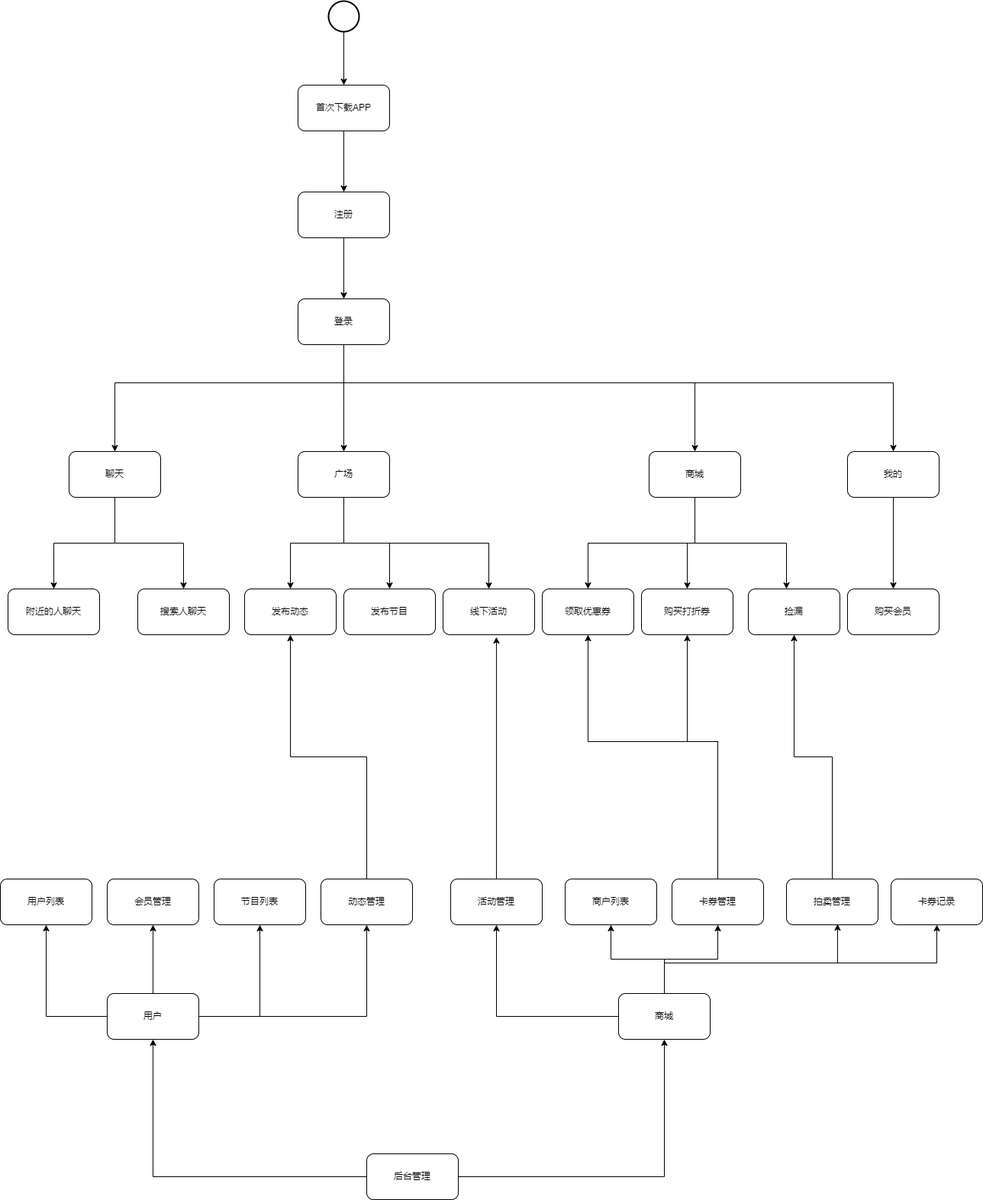
Before: Untitled Diagram.drawio.png, a diagram exported from draw.io (suibianlx/business_architect). Source tidied: cells renumbered, new cells last; positions are measured from the earlier drawing's top-left corner, leaving out a move shared by most shapes.
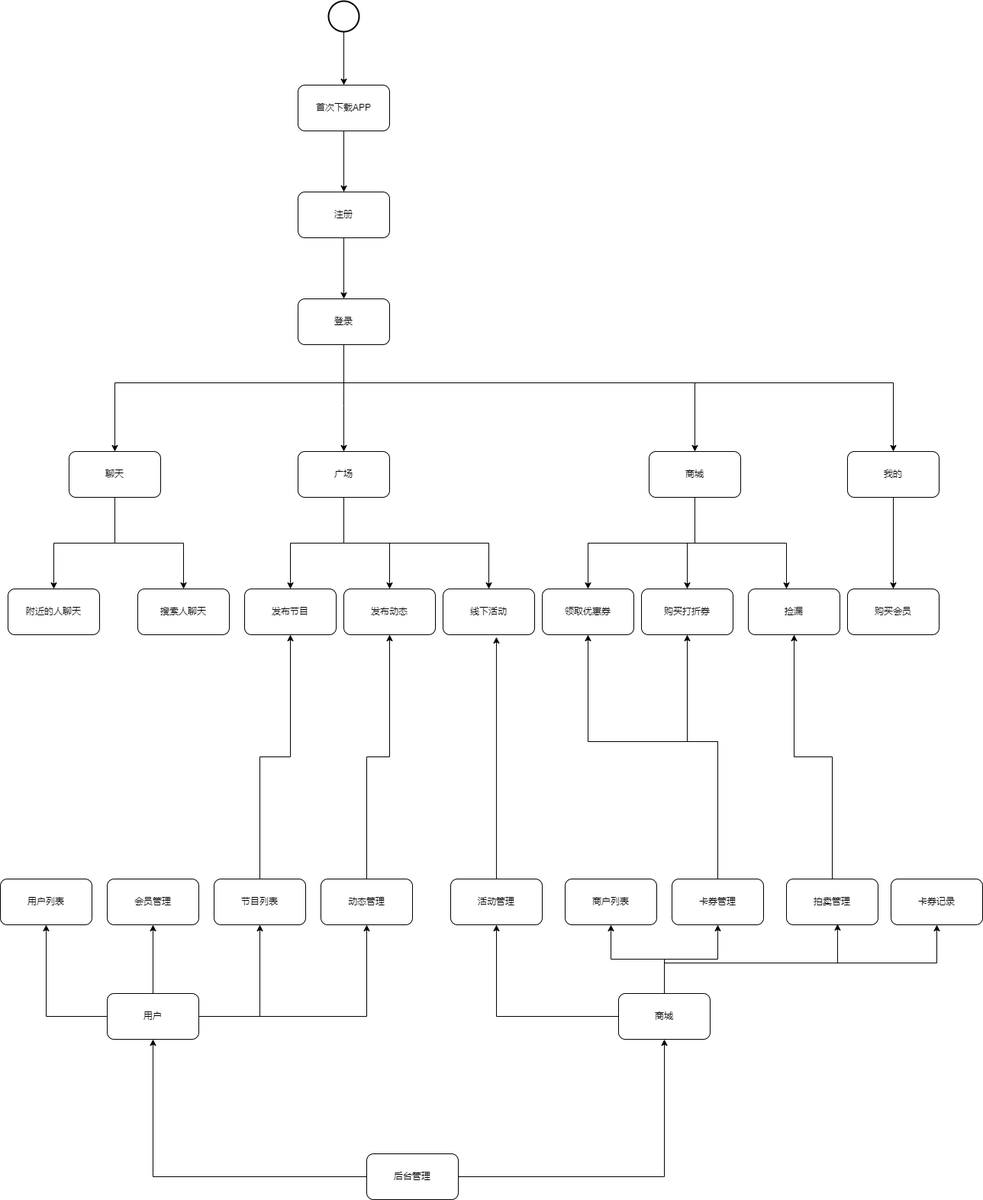
After the change.

Change to the diagram source:
```diff
@@ -115,10 +115,10 @@
     <mxCell id="27" value="聊天" style="rounded=1;whiteSpace=wrap;html=1;" parent="1" vertex="1">
       <mxGeometry x="90" y="590" width="120" height="60" as="geometry" />
     </mxCell>
-    <mxCell id="28" value="发布动态" style="rounded=1;whiteSpace=wrap;html=1;" parent="1" vertex="1">
+    <mxCell id="28" value="发布节目" style="rounded=1;whiteSpace=wrap;html=1;" parent="1" vertex="1">
       <mxGeometry x="320" y="770" width="120" height="60" as="geometry" />
     </mxCell>
-    <mxCell id="29" value="发布节目" style="rounded=1;whiteSpace=wrap;html=1;" parent="1" vertex="1">
+    <mxCell id="29" value="发布动态" style="rounded=1;whiteSpace=wrap;html=1;" parent="1" vertex="1">
       <mxGeometry x="450" y="770" width="120" height="60" as="geometry" />
     </mxCell>
     <mxCell id="30" value="捡漏" style="rounded=1;whiteSpace=wrap;html=1;" parent="1" vertex="1">
@@ -154,10 +154,13 @@
     <mxCell id="40" value="会员管理" style="rounded=1;whiteSpace=wrap;html=1;" parent="1" vertex="1">
       <mxGeometry x="140" y="1150" width="120" height="60" as="geometry" />
     </mxCell>
+    <mxCell id="63" style="edgeStyle=orthogonalEdgeStyle;rounded=0;jettySize=auto;html=1;entryX=0.5;entryY=1;entryDx=0;entryDy=0;" parent="1" edge="1" source="41" target="28">
+      <mxGeometry relative="1" as="geometry" />
+    </mxCell>
     <mxCell id="41" value="节目列表" style="rounded=1;whiteSpace=wrap;html=1;" parent="1" vertex="1">
       <mxGeometry x="280" y="1150" width="120" height="60" as="geometry" />
     </mxCell>
-    <mxCell id="42" style="edgeStyle=orthogonalEdgeStyle;rounded=0;jettySize=auto;html=1;" parent="1" edge="1" source="43" target="28">
+    <mxCell id="42" style="edgeStyle=orthogonalEdgeStyle;rounded=0;jettySize=auto;html=1;entryX=0.5;entryY=1;entryDx=0;entryDy=0;" parent="1" edge="1" source="43" target="29">
       <mxGeometry relative="1" as="geometry" />
     </mxCell>
     <mxCell id="43" value="动态管理" style="rounded=1;whiteSpace=wrap;html=1;" parent="1" vertex="1">
```
